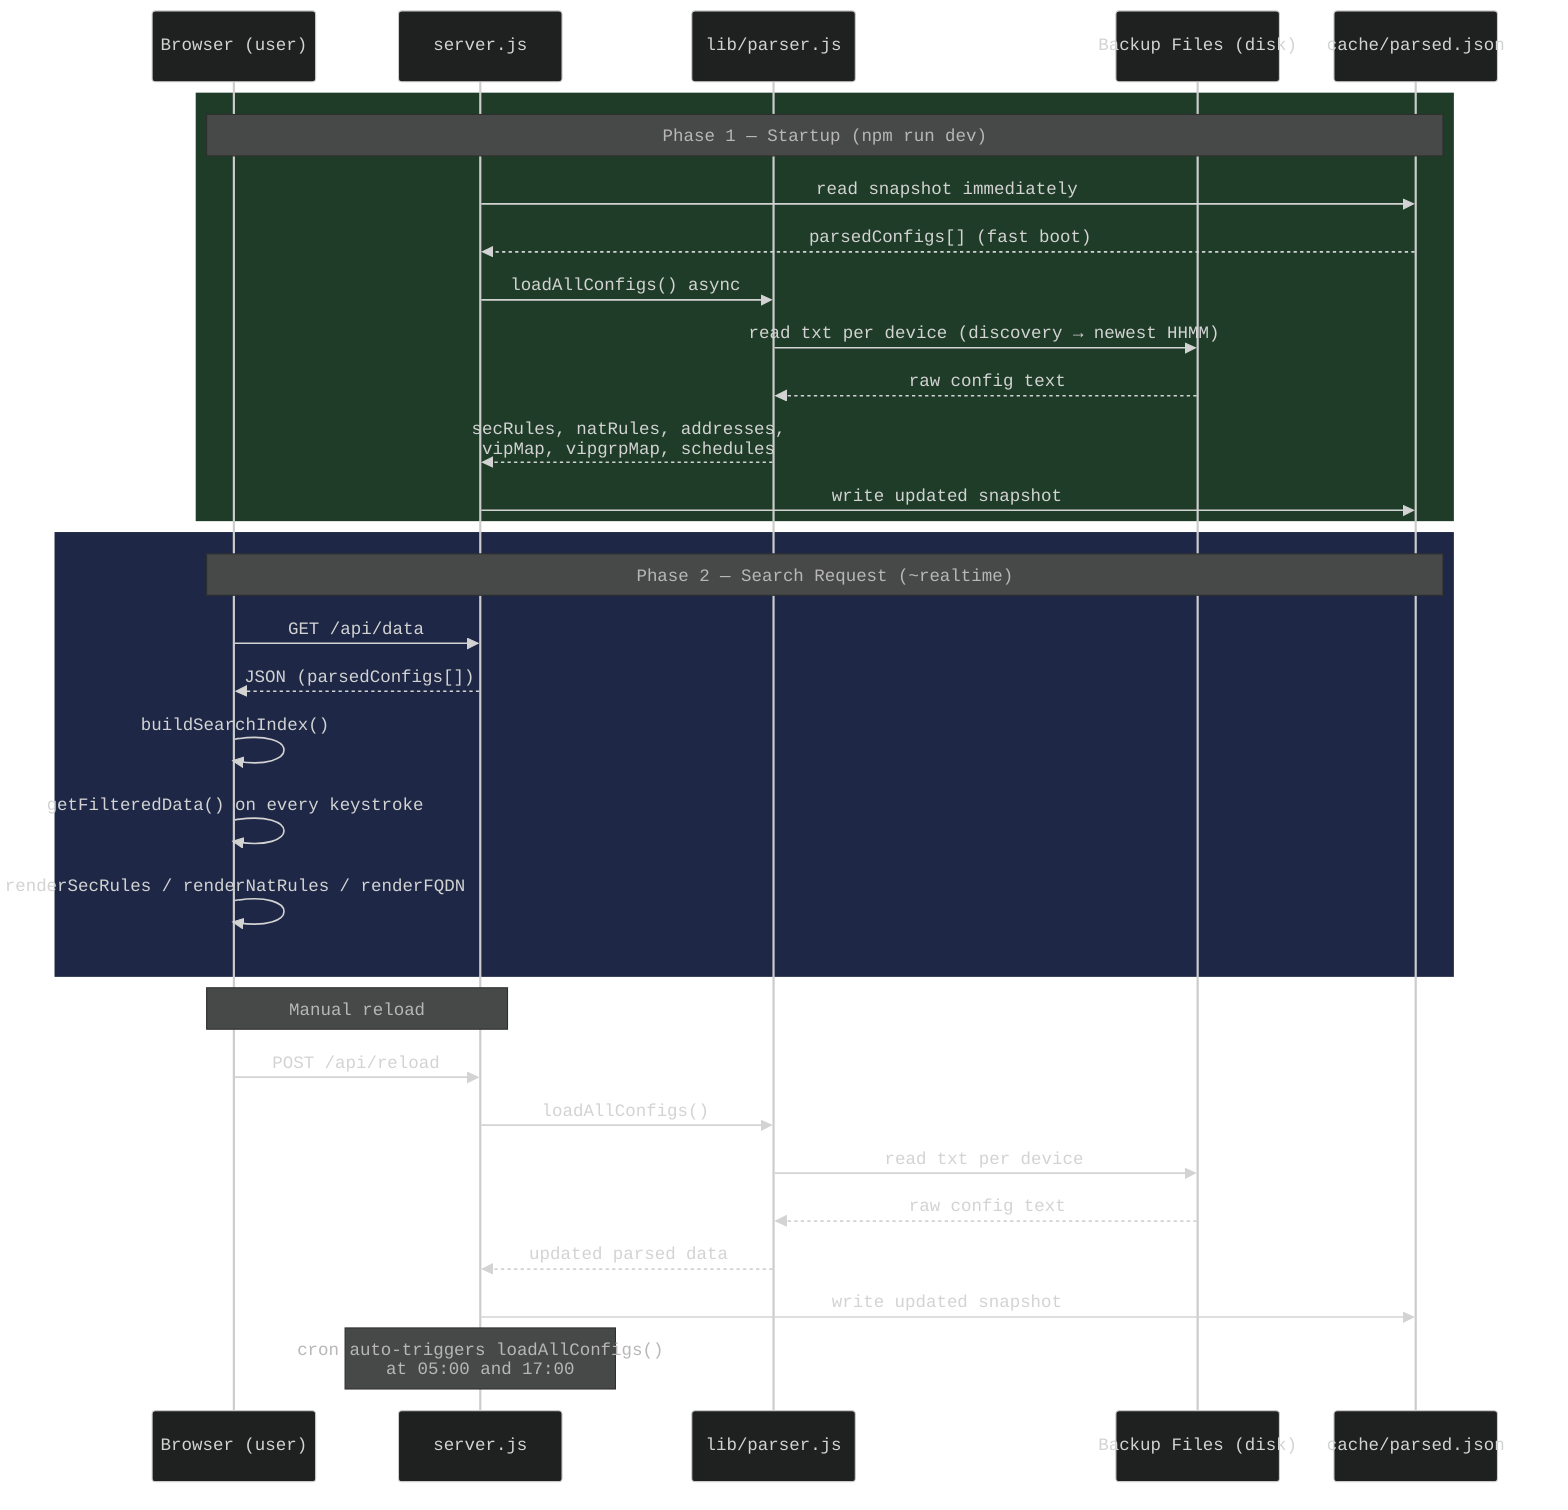
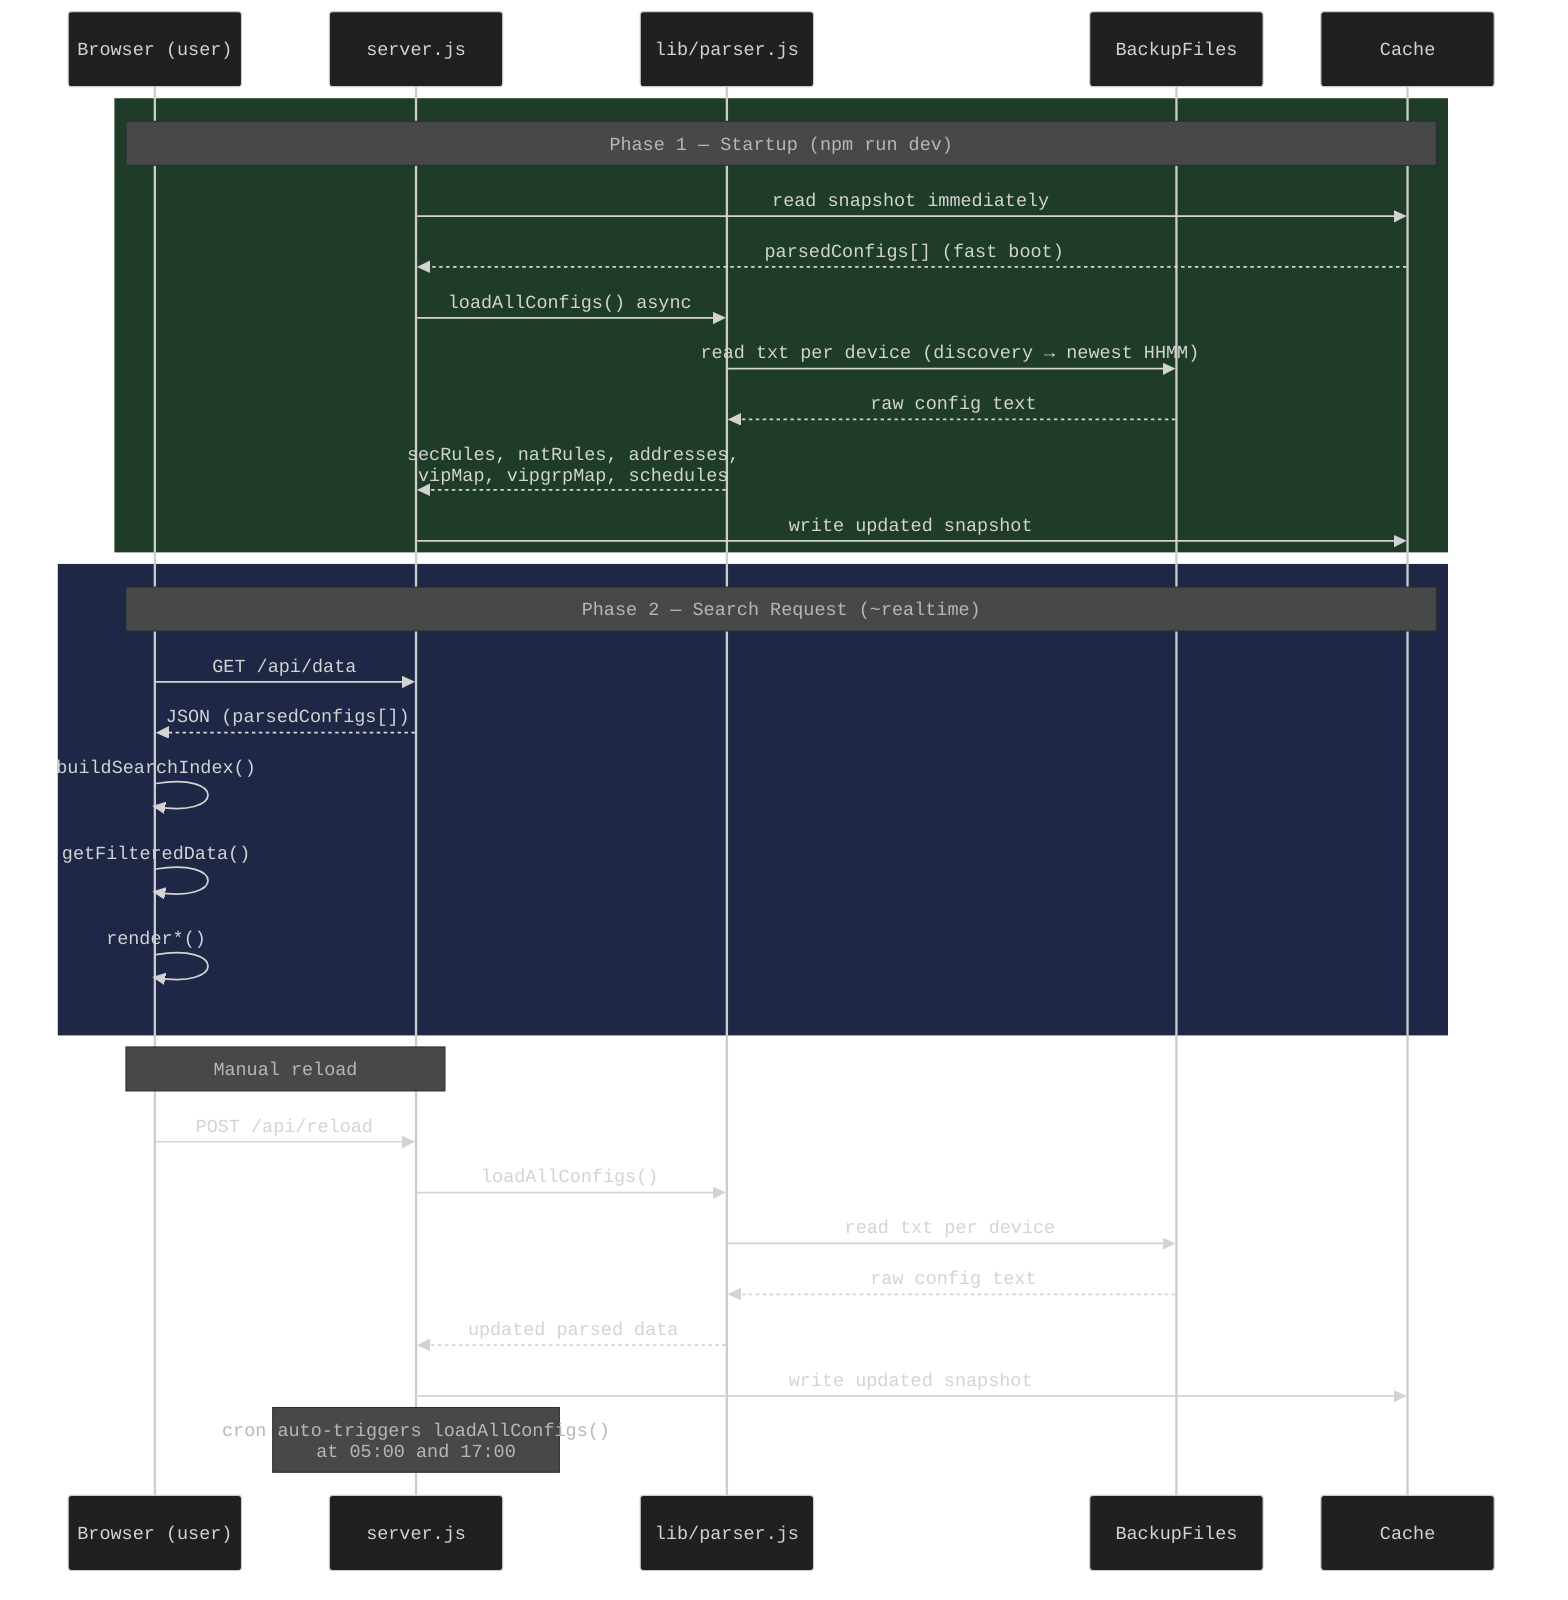
%%{init: {'theme': 'dark', 'themeVariables': {'fontFamily': 'monospace'}}}%%
sequenceDiagram
    participant BR as Browser (user)
    participant SV as server.js
    participant PA as lib/parser.js
-     participant BF as Backup Files (disk)
-     participant CA as cache/parsed.json
+     participant BF as BackupFiles
+     participant CA as Cache

    rect rgb(30, 60, 40)
        Note over BR,CA: Phase 1 — Startup (npm run dev)
        SV->>CA: read snapshot immediately
        CA-->>SV: parsedConfigs[] (fast boot)
        SV->>PA: loadAllConfigs() async
        PA->>BF: read txt per device (discovery → newest HHMM)
        BF-->>PA: raw config text
        PA-->>SV: secRules, natRules, addresses,<br/>vipMap, vipgrpMap, schedules
        SV->>CA: write updated snapshot
    end

    rect rgb(30, 40, 70)
        Note over BR,CA: Phase 2 — Search Request (~realtime)
        BR->>SV: GET /api/data
        SV-->>BR: JSON (parsedConfigs[])
        BR->>BR: buildSearchIndex()
-         BR->>BR: getFilteredData() on every keystroke
-         BR->>BR: renderSecRules / renderNatRules / renderFQDN
+         BR->>BR: getFilteredData()
+         BR->>BR: render*()
    end

    Note over BR,SV: Manual reload
    BR->>SV: POST /api/reload
    SV->>PA: loadAllConfigs()
    PA->>BF: read txt per device
    BF-->>PA: raw config text
    PA-->>SV: updated parsed data
    SV->>CA: write updated snapshot

    Note over SV: cron auto-triggers loadAllConfigs()<br/>at 05:00 and 17:00
